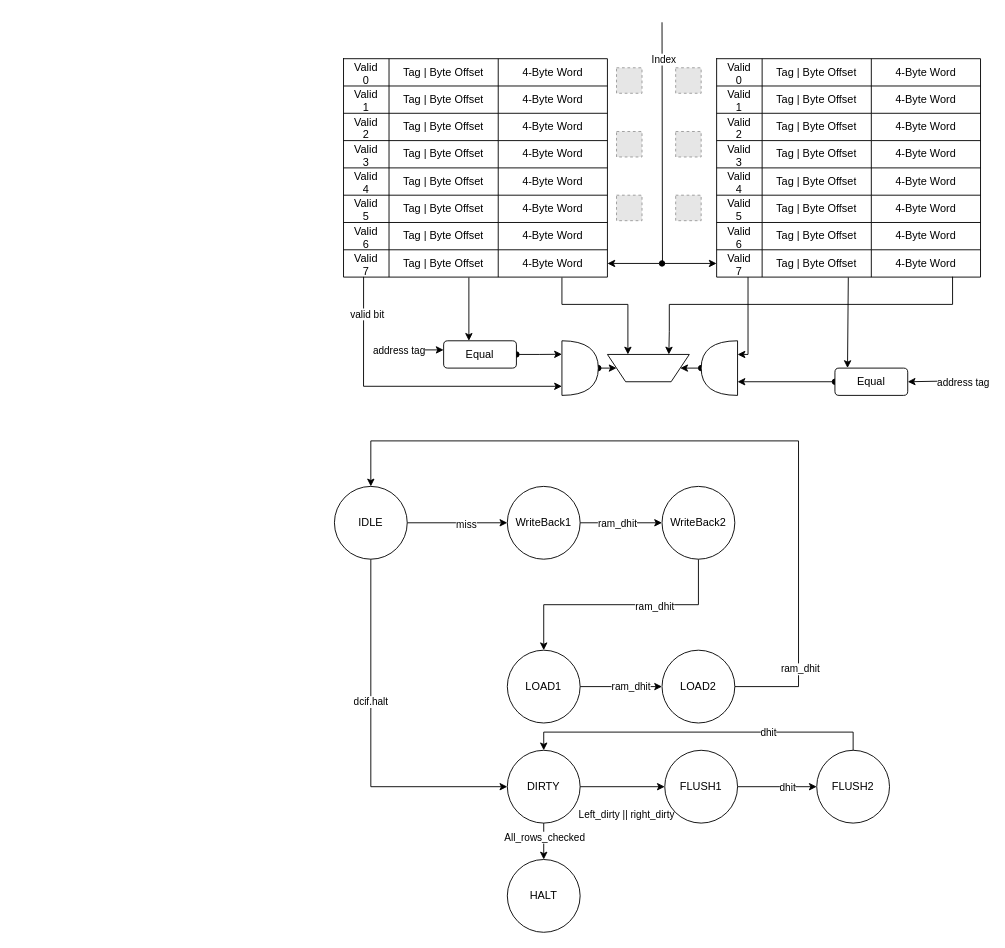
This is page "dcache" (2 of 5) of caches.drawio from vickyfyq/ece437, a draw.io file, before an edit. Source tidied: cells renumbered, new cells numbered last; positions are measured from the earlier drawing's top-left corner, leaving out a move shared by most shapes. Both pictures are drawn from the tidied source at 91%, with x=0, y=0 at pixel (334, 22). Pictures stored in the file or linked from it are replaced by grey dashed boxes.
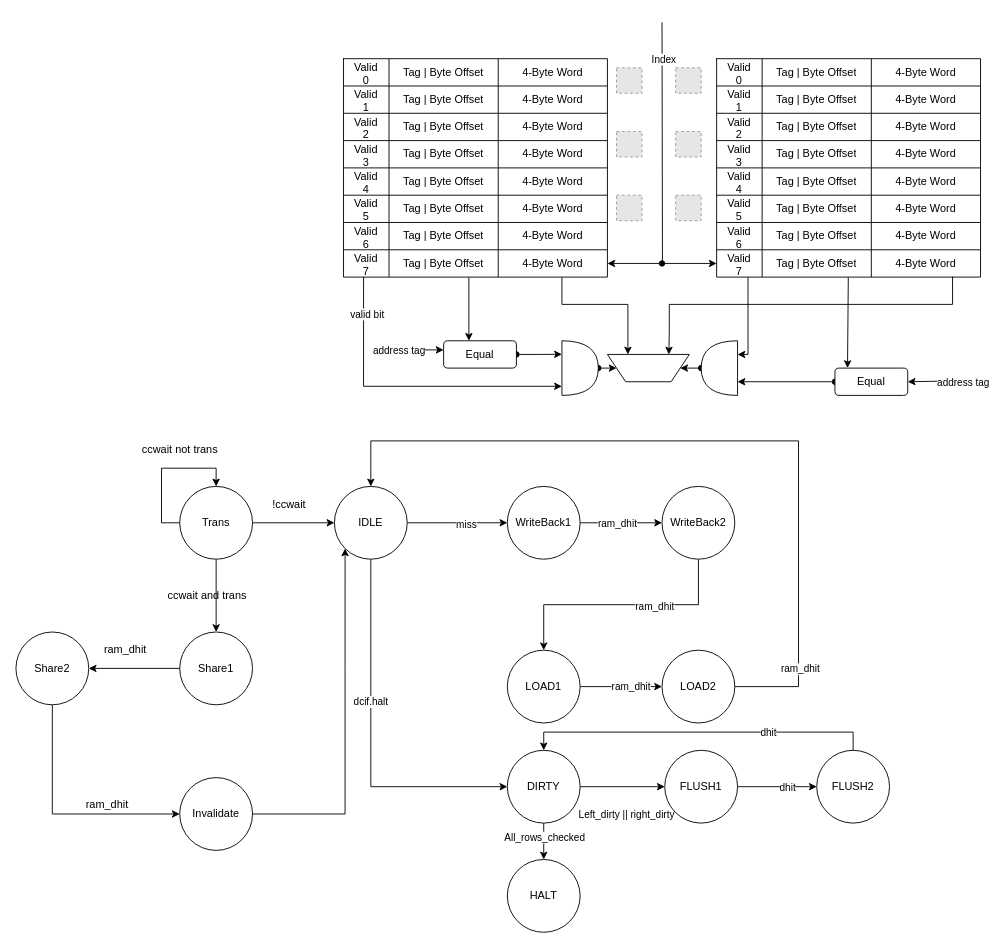
After the change.

Unchanged cells that the change refers to:
```xml
<mxCell id="101" value="IDLE" style="ellipse;whiteSpace=wrap;html=1;" parent="1" vertex="1">
  <mxGeometry y="510" width="80" height="80" as="geometry" />
</mxCell>
```

The edit, as a diff of the source:
```diff
@@
+    <mxCell id="126" style="edgeStyle=orthogonalEdgeStyle;rounded=0;jettySize=auto;html=1;" parent="1" edge="1" source="129" target="130">
+      <mxGeometry relative="1" as="geometry" />
+    </mxCell>
+    <mxCell id="127" style="edgeStyle=orthogonalEdgeStyle;rounded=0;orthogonalLoop=1;jettySize=auto;html=1;entryX=0.5;entryY=0;entryDx=0;entryDy=0;" parent="1" edge="1" source="129" target="129">
+      <mxGeometry relative="1" as="geometry">
+        <Array as="points">
+          <mxPoint x="-190" y="550" />
+          <mxPoint x="-190" y="490" />
+          <mxPoint x="-130" y="490" />
+        </Array>
+      </mxGeometry>
+    </mxCell>
+    <mxCell id="128" style="edgeStyle=orthogonalEdgeStyle;rounded=0;jettySize=auto;html=1;" parent="1" edge="1" source="129" target="101">
+      <mxGeometry relative="1" as="geometry" />
+    </mxCell>
+    <mxCell id="129" value="Trans" style="ellipse;whiteSpace=wrap;html=1;" parent="1" vertex="1">
+      <mxGeometry x="-170" y="510" width="80" height="80" as="geometry" />
+    </mxCell>
+    <mxCell id="130" value="Share1" style="ellipse;whiteSpace=wrap;html=1;" parent="1" vertex="1">
+      <mxGeometry x="-170" y="670" width="80" height="80" as="geometry" />
+    </mxCell>
+    <mxCell id="131" style="edgeStyle=orthogonalEdgeStyle;rounded=0;jettySize=auto;html=1;entryX=0;entryY=0.5;entryDx=0;entryDy=0;" parent="1" edge="1" source="132" target="134">
+      <mxGeometry relative="1" as="geometry">
+        <Array as="points">
+          <mxPoint x="-310" y="870" />
+        </Array>
+      </mxGeometry>
+    </mxCell>
+    <mxCell id="132" value="Share2" style="ellipse;whiteSpace=wrap;html=1;" parent="1" vertex="1">
+      <mxGeometry x="-350" y="670" width="80" height="80" as="geometry" />
+    </mxCell>
+    <mxCell id="133" style="edgeStyle=orthogonalEdgeStyle;rounded=0;jettySize=auto;html=1;entryX=0;entryY=1;entryDx=0;entryDy=0;" parent="1" edge="1" source="134" target="101">
+      <mxGeometry relative="1" as="geometry" />
+    </mxCell>
+    <mxCell id="134" value="Invalidate" style="ellipse;whiteSpace=wrap;html=1;" parent="1" vertex="1">
+      <mxGeometry x="-170" y="830" width="80" height="80" as="geometry" />
+    </mxCell>
+    <mxCell id="135" style="endArrow=classic;html=1;rounded=0;exitX=0;exitY=0.5;exitDx=0;exitDy=0;entryX=1;entryY=0.5;entryDx=0;entryDy=0;" parent="1" edge="1" source="130" target="132">
+      <mxGeometry relative="1" as="geometry" />
+    </mxCell>
+    <mxCell id="136" value="ram_dhit" style="text;html=1;align=center;verticalAlign=middle;strokeColor=none;fillColor=none;" parent="1" vertex="1">
+      <mxGeometry x="-260" y="680" width="60" height="20" as="geometry" />
+    </mxCell>
+    <mxCell id="137" value="ram_dhit" style="text;html=1;align=center;verticalAlign=middle;strokeColor=none;fillColor=none;" parent="1" vertex="1">
+      <mxGeometry x="-280" y="850" width="60" height="20" as="geometry" />
+    </mxCell>
+    <mxCell id="138" value="ccwait and trans" style="text;html=1;align=center;verticalAlign=middle;strokeColor=none;fillColor=none;" parent="1" vertex="1">
+      <mxGeometry x="-190" y="620" width="100" height="20" as="geometry" />
+    </mxCell>
+    <mxCell id="139" value="ccwait not trans" style="text;html=1;align=center;verticalAlign=middle;strokeColor=none;fillColor=none;" parent="1" vertex="1">
+      <mxGeometry x="-220" y="460" width="100" height="20" as="geometry" />
+    </mxCell>
+    <mxCell id="140" value="!ccwait" style="text;html=1;align=center;verticalAlign=middle;strokeColor=none;fillColor=none;" parent="1" vertex="1">
+      <mxGeometry x="-75" y="520" width="50" height="20" as="geometry" />
+    </mxCell>
```
